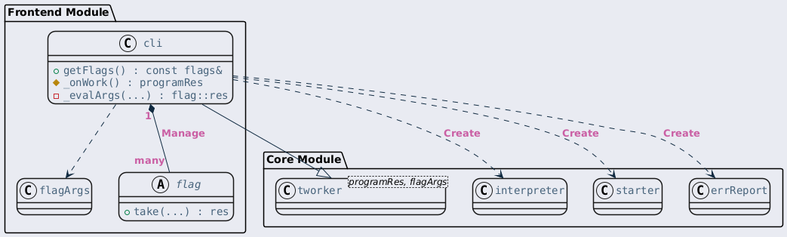
byeolang/website keeps this PlantUML diagram as ref/generated/ko/inline_umlgraph_38.png. Above is the earlier version.
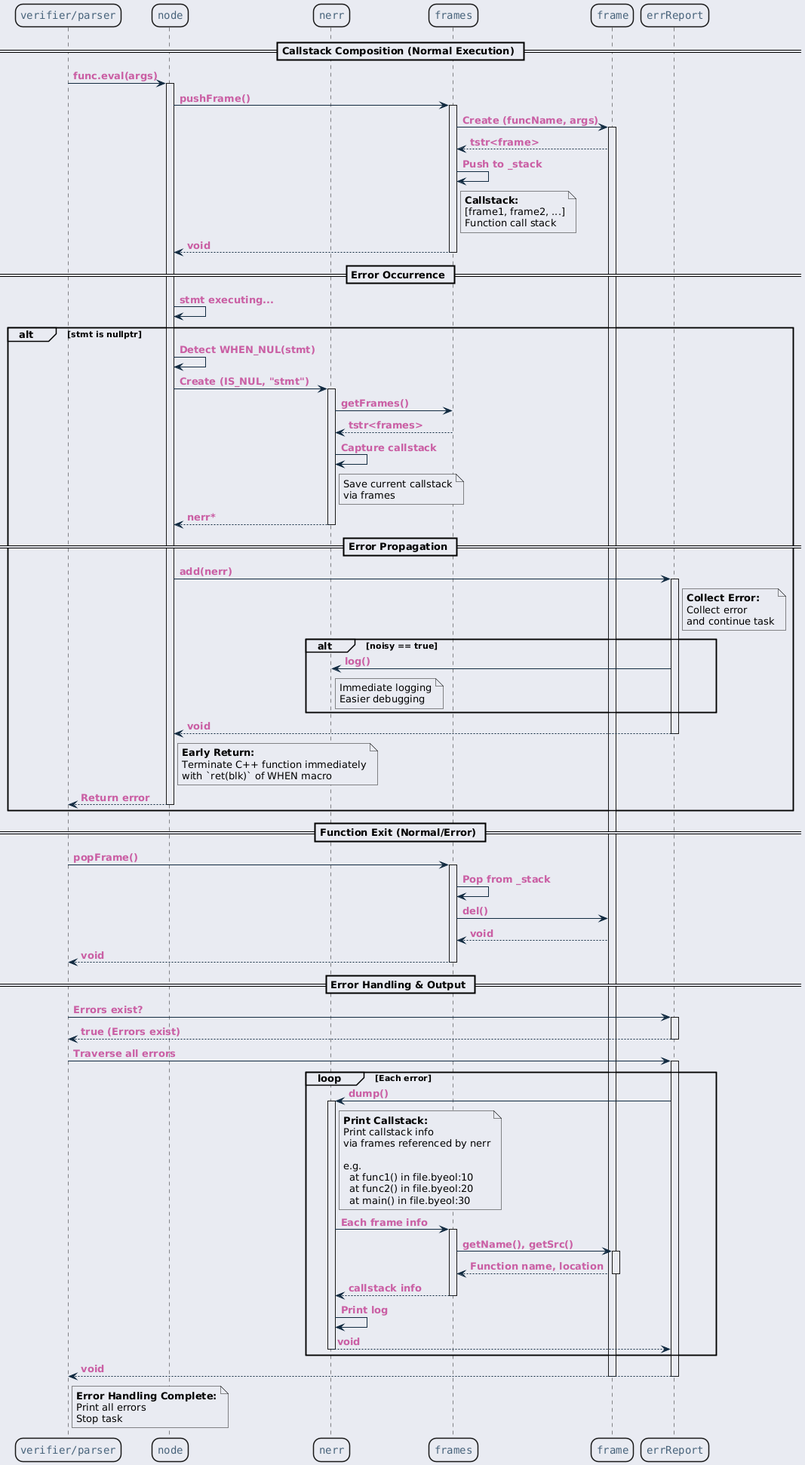
Later version of the same file.

Diff of the diagram source:
```diff
@@ -23,36 +23,155 @@
     }
 }
 </style>
-package "Core Module" {
-    class "tworker<programRes, flagArgs>" as tworker {
-    }
-    class interpreter {
-    }
-    class starter {
-    }
-    class errReport {
-    }
-}
+participant "verifier/parser" as worker
+participant "node" as node
+participant "nerr" as nerr
+participant "frames" as frames
+participant "frame" as frame
+participant "errReport" as errReport
 
-package "Frontend Module" {
-    class cli {
-        + getFlags() : const flags&
-        # _onWork() : programRes
-        - _evalArgs(...) : flag::res
-    }
+== Callstack Composition (Normal Execution) ==
 
-    class flagArgs {
-    }
+worker -> node : func.eval(args)
+activate node
 
-    abstract class flag {
-        + take(...) : res
-    }
+node -> frames : pushFrame()
+activate frames
 
-    cli --|> tworker
-    cli ..> interpreter : Create
-    cli ..> starter : Create
-    cli ..> errReport : Create
-    cli ..> flagArgs
-    cli "1" *-- "many" flag : Manage
-}
+frames -> frame : Create (funcName, args)
+activate frame
+
+frame --> frames : tstr<frame>
+frames -> frames : Push to _stack
+
+note right of frames
+  <b>Callstack:</b>
+  [frame1, frame2, ...]
+  Function call stack
+end note
+
+frames --> node : void
+deactivate frames
+
+== Error Occurrence ==
+
+node -> node : stmt executing...
+
+alt stmt is nullptr
+    node -> node : Detect WHEN_NUL(stmt)
+    node -> nerr : Create (IS_NUL, "stmt")
+    activate nerr
+
+    nerr -> frames : getFrames()
+    frames --> nerr : tstr<frames>
+
+    nerr -> nerr : Capture callstack
+    note right of nerr
+      Save current callstack
+      via frames
+    end note
+
+    nerr --> node : nerr*
+    deactivate nerr
+
+== Error Propagation ==
+
+    node -> errReport : add(nerr)
+    activate errReport
+
+    note right of errReport
+      <b>Collect Error:</b>
+      Collect error
+      and continue task
+    end note
+
+    alt noisy == true
+        errReport -> nerr : log()
+        note right of nerr
+          Immediate logging
+          Easier debugging
+        end note
+    end
+
+    errReport --> node : void
+    deactivate errReport
+
+    note right of node
+      <b>Early Return:</b>
+      Terminate C++ function immediately
+      with `ret(blk)` of WHEN macro
+    end note
+
+    node --> worker : Return error
+    deactivate node
+
+end
+
+== Function Exit (Normal/Error) ==
+
+worker -> frames : popFrame()
+activate frames
+
+frames -> frames : Pop from _stack
+frames -> frame : del()
+frame --> frames : void
+frames --> worker : void
+deactivate frames
+
+== Error Handling & Output ==
+
+worker -> errReport : Errors exist?
+activate errReport
+
+errReport --> worker : true (Errors exist)
+deactivate errReport
+
+worker -> errReport : Traverse all errors
+activate errReport
+
+loop Each error
+
+    errReport -> nerr : dump()
+    activate nerr
+
+    note right of nerr
+      <b>Print Callstack:</b>
+      Print callstack info
+      via frames referenced by nerr
+
+      e.g.
+        at func1() in file.byeol:10
+        at func2() in file.byeol:20
+        at main() in file.byeol:30
+    end note
+
+    nerr -> frames : Each frame info
+    activate frames
+
+    frames -> frame : getName(), getSrc()
+    activate frame
+
+    frame --> frames : Function name, location
+    deactivate frame
+
+    frames --> nerr : callstack info
+    deactivate frames
+
+    nerr -> nerr : Print log
+
+    nerr --> errReport : void
+    deactivate nerr
+
+end
+
+errReport --> worker : void
+deactivate errReport
+
+note right of worker
+  <b>Error Handling Complete:</b>
+  Print all errors
+  Stop task
+end note
+
+deactivate frame
 @enduml
```
